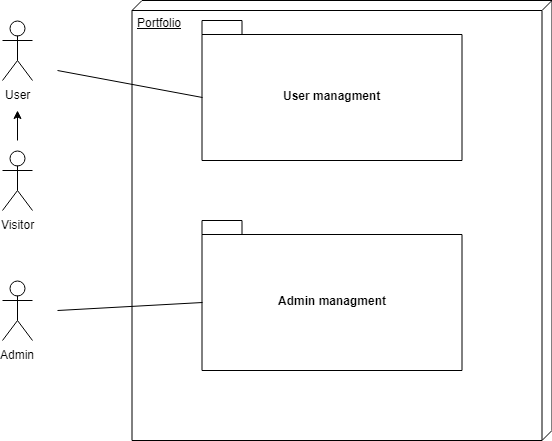
Earlier version of the draw.io export UML/context_diagram/Context_diagram.png (vincentsig/Projet_5_BLOG). Source tidied: cells renumbered, new cells last; positions are measured from the earlier drawing's top-left corner, leaving out a move shared by most shapes. Source of this version:
```xml
<mxGraphModel>
  <root>
    <mxCell id="0" />
    <mxCell id="1" parent="0" />
    <mxCell id="2" value="User managment" style="shape=folder;fontStyle=1;spacingTop=10;tabWidth=40;tabHeight=14;tabPosition=left;html=1;" parent="1" vertex="1">
      <mxGeometry x="199.5" y="20" width="260" height="140" as="geometry" />
    </mxCell>
    <mxCell id="3" value="Admin managment" style="shape=folder;fontStyle=1;spacingTop=10;tabWidth=40;tabHeight=14;tabPosition=left;html=1;" parent="1" vertex="1">
      <mxGeometry x="199.5" y="220" width="260" height="150" as="geometry" />
    </mxCell>
    <mxCell id="4" value="Portfolio" style="verticalAlign=top;align=left;spacingTop=8;spacingLeft=2;spacingRight=12;shape=cube;size=10;direction=south;fontStyle=4;html=1;fillColor=none;" parent="1" vertex="1">
      <mxGeometry x="129.5" width="420" height="440" as="geometry" />
    </mxCell>
    <mxCell id="5" value="User" style="shape=umlActor;verticalLabelPosition=bottom;labelBackgroundColor=#ffffff;verticalAlign=top;html=1;fillColor=none;" parent="1" vertex="1">
      <mxGeometry y="20" width="30" height="60" as="geometry" />
    </mxCell>
    <mxCell id="6" value="Admin" style="shape=umlActor;verticalLabelPosition=bottom;labelBackgroundColor=#ffffff;verticalAlign=top;html=1;fillColor=none;" parent="1" vertex="1">
      <mxGeometry y="280" width="30" height="60" as="geometry" />
    </mxCell>
    <mxCell id="7" value="Visitor" style="shape=umlActor;verticalLabelPosition=bottom;labelBackgroundColor=#ffffff;verticalAlign=top;html=1;fillColor=none;" parent="1" vertex="1">
      <mxGeometry y="150" width="30" height="60" as="geometry" />
    </mxCell>
    <mxCell id="8" style="endArrow=classic;html=1;" parent="1" edge="1">
      <mxGeometry relative="1" as="geometry">
        <mxPoint x="15" y="140" as="sourcePoint" />
        <mxPoint x="15" y="110" as="targetPoint" />
      </mxGeometry>
    </mxCell>
    <mxCell id="9" style="endArrow=none;endFill=0;endSize=12;html=1;entryX=0;entryY=0;entryDx=0;entryDy=82;entryPerimeter=0;" parent="1" edge="1" target="3">
      <mxGeometry relative="1" as="geometry">
        <mxPoint x="55" y="310" as="sourcePoint" />
      </mxGeometry>
    </mxCell>
    <mxCell id="10" style="endArrow=none;endFill=0;endSize=12;html=1;entryX=0;entryY=0;entryDx=0;entryDy=77;entryPerimeter=0;" parent="1" edge="1" target="2">
      <mxGeometry relative="1" as="geometry">
        <mxPoint x="55" y="70" as="sourcePoint" />
      </mxGeometry>
    </mxCell>
  </root>
</mxGraphModel>
```
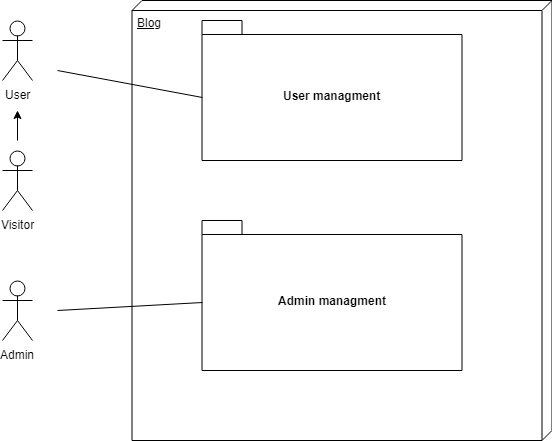
The same file after the commit.

Commit message:
update Context_diagram

Diff of the diagram source:
```diff
@@ -8,7 +8,7 @@
     <mxCell id="3" value="Admin managment" style="shape=folder;fontStyle=1;spacingTop=10;tabWidth=40;tabHeight=14;tabPosition=left;html=1;" parent="1" vertex="1">
       <mxGeometry x="199.5" y="220" width="260" height="150" as="geometry" />
     </mxCell>
-    <mxCell id="4" value="Portfolio" style="verticalAlign=top;align=left;spacingTop=8;spacingLeft=2;spacingRight=12;shape=cube;size=10;direction=south;fontStyle=4;html=1;fillColor=none;" parent="1" vertex="1">
+    <mxCell id="4" value="Blog" style="verticalAlign=top;align=left;spacingTop=8;spacingLeft=2;spacingRight=12;shape=cube;size=10;direction=south;fontStyle=4;html=1;fillColor=none;" parent="1" vertex="1">
       <mxGeometry x="129.5" width="420" height="440" as="geometry" />
     </mxCell>
     <mxCell id="5" value="User" style="shape=umlActor;verticalLabelPosition=bottom;labelBackgroundColor=#ffffff;verticalAlign=top;html=1;fillColor=none;" parent="1" vertex="1">
```
